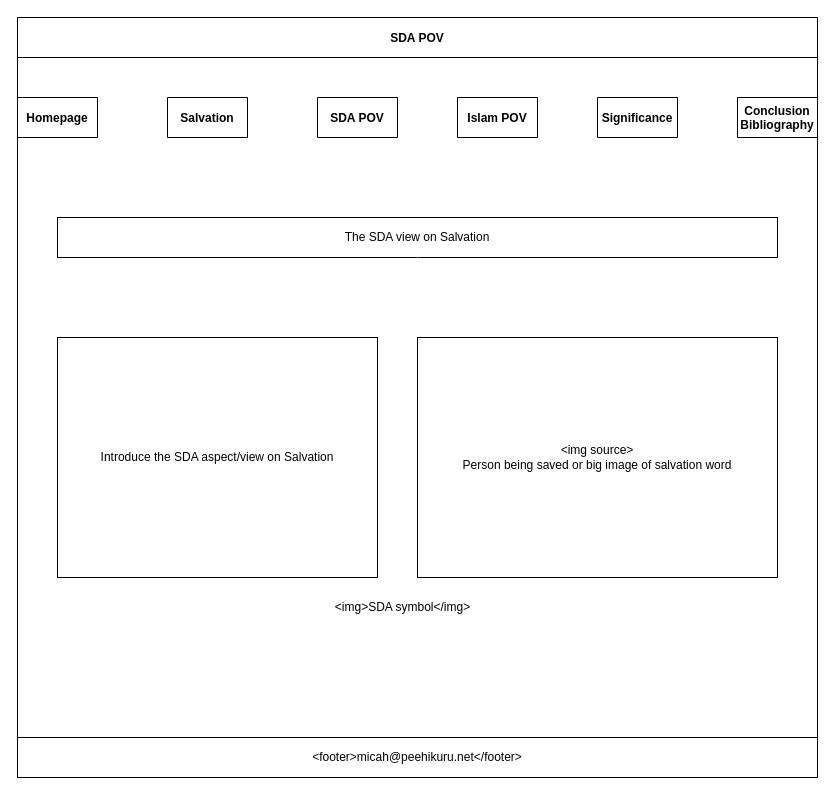
Before: page "Salvation - SDA" (3 of 4) of wireframe.drawio in Maori-boi/test-website, a draw.io diagram. Source tidied: cells renumbered, new cells numbered last; positions are measured from the earlier drawing's top-left corner, leaving out a move shared by most shapes. Both pictures are drawn from the tidied source at 100%, with x=0, y=0 at pixel (17, 17).
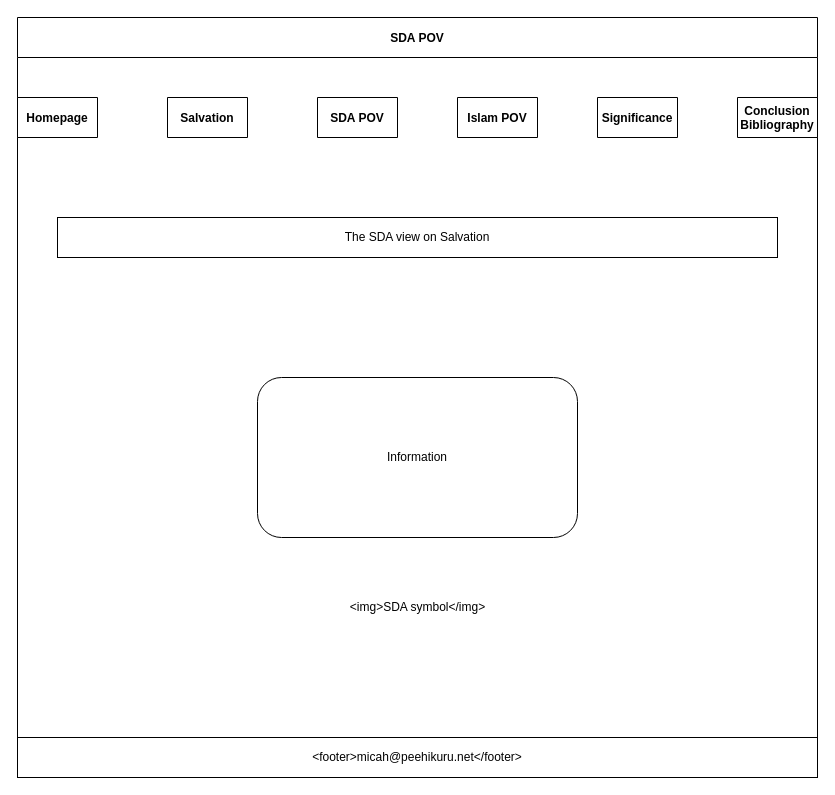
Above is the later version.

The edit, as a diff of the source:
```diff
@@
 <mxGraphModel>
   <root>
     <mxCell id="0" />
     <mxCell id="1" parent="0" />
     <mxCell id="2" value="SDA POV" style="swimlane;startSize=40;horizontal=1;containerType=tree;" parent="1" vertex="1">
       <mxGeometry width="800" height="760" as="geometry" />
     </mxCell>
     <mxCell id="3" value="&amp;lt;img&amp;gt;SDA symbol&amp;lt;/img&amp;gt;" style="text;html=1;align=center;verticalAlign=middle;strokeColor=none;fillColor=none;" parent="2" vertex="1">
-      <mxGeometry x="310" y="580" width="150" height="20" as="geometry" />
+      <mxGeometry x="325" y="580" width="150" height="20" as="geometry" />
     </mxCell>
+    <mxCell id="17" value="Information" style="rounded=1;whiteSpace=wrap;html=1;" parent="2" vertex="1">
+      <mxGeometry x="240" y="360" width="320" height="160" as="geometry" />
+    </mxCell>
     <mxCell id="4" value="&amp;lt;footer&amp;gt;micah@peehikuru.net&amp;lt;/footer&amp;gt;" style="rounded=0;whiteSpace=wrap;html=1;" parent="1" vertex="1">
       <mxGeometry y="720" width="800" height="40" as="geometry" />
     </mxCell>
     <mxCell id="5" value="Conclusion&#10;Bibliography" style="swimlane;startSize=40;horizontal=1;containerType=tree;" parent="1" vertex="1" collapsed="1">
       <mxGeometry x="720" y="80" width="80" height="40" as="geometry" />
     </mxCell>
     <mxCell id="6" value="Significance" style="swimlane;startSize=40;horizontal=1;containerType=tree;" parent="1" vertex="1" collapsed="1">
       <mxGeometry x="580" y="80" width="80" height="40" as="geometry" />
     </mxCell>
     <mxCell id="7" value="Islam POV" style="swimlane;startSize=40;horizontal=1;containerType=tree;" parent="1" vertex="1" collapsed="1">
       <mxGeometry x="440" y="80" width="80" height="40" as="geometry" />
     </mxCell>
     <mxCell id="8" value="SDA POV" style="swimlane;startSize=40;horizontal=1;containerType=tree;" parent="1" vertex="1" collapsed="1">
       <mxGeometry x="300" y="80" width="80" height="40" as="geometry" />
     </mxCell>
     <mxCell id="9" value="Salvation" style="swimlane;startSize=40;horizontal=1;containerType=tree;" parent="1" vertex="1" collapsed="1">
       <mxGeometry x="150" y="80" width="80" height="40" as="geometry" />
     </mxCell>
     <mxCell id="10" value="Homepage" style="swimlane;startSize=40;horizontal=1;containerType=tree;" parent="1" vertex="1" collapsed="1">
       <mxGeometry y="80" width="80" height="40" as="geometry" />
     </mxCell>
-    <mxCell id="11" style="edgeStyle=elbowEdgeStyle;elbow=vertical;startArrow=none;endArrow=none;rounded=0;strokeColor=#FFFFFF;" parent="1" edge="1" source="13" target="14">
-      <mxGeometry relative="1" as="geometry" />
-    </mxCell>
-    <mxCell id="12" style="edgeStyle=none;html=1;exitX=0.5;exitY=1;exitDx=0;exitDy=0;entryX=0.5;entryY=0;entryDx=0;entryDy=0;strokeColor=#FFFFFF;" parent="1" edge="1" source="13" target="14">
-      <mxGeometry relative="1" as="geometry" />
-    </mxCell>
-    <mxCell id="13" value="The SDA view on Salvation" style="whiteSpace=wrap;html=1;newEdgeStyle={&quot;edgeStyle&quot;:&quot;elbowEdgeStyle&quot;,&quot;startArrow&quot;:&quot;none&quot;,&quot;endArrow&quot;:&quot;none&quot;};" parent="1" vertex="1">
+    <mxCell id="13" value="The SDA view on Salvation" style="whiteSpace=wrap;html=1;newEdgeStyle={&quot;edgeStyle&quot;:&quot;elbowEdgeStyle&quot;,&quot;startArrow&quot;:&quot;none&quot;,&quot;endArrow&quot;:&quot;none&quot;};" parent="1" vertex="1" collapsed="1">
       <mxGeometry x="40" y="200" width="720" height="40" as="geometry" />
     </mxCell>
-    <mxCell id="14" value="Introduce the SDA aspect/view on Salvation" style="whiteSpace=wrap;html=1;newEdgeStyle={&quot;edgeStyle&quot;:&quot;elbowEdgeStyle&quot;,&quot;startArrow&quot;:&quot;none&quot;,&quot;endArrow&quot;:&quot;none&quot;};" parent="1" vertex="1">
-      <mxGeometry x="40" y="320" width="320" height="240" as="geometry" />
-    </mxCell>
-    <mxCell id="15" style="edgeStyle=elbowEdgeStyle;elbow=vertical;startArrow=none;endArrow=none;rounded=0;strokeColor=#FFFFFF;" parent="1" edge="1" source="13" target="16">
-      <mxGeometry relative="1" as="geometry" />
-    </mxCell>
-    <mxCell id="16" value="&amp;lt;img source&amp;gt;&lt;br&gt;Person being saved or big image of salvation word" style="whiteSpace=wrap;html=1;newEdgeStyle={&quot;edgeStyle&quot;:&quot;elbowEdgeStyle&quot;,&quot;startArrow&quot;:&quot;none&quot;,&quot;endArrow&quot;:&quot;none&quot;};" parent="1" vertex="1">
-      <mxGeometry x="400" y="320" width="360" height="240" as="geometry" />
-    </mxCell>
   </root>
 </mxGraphModel>
```
